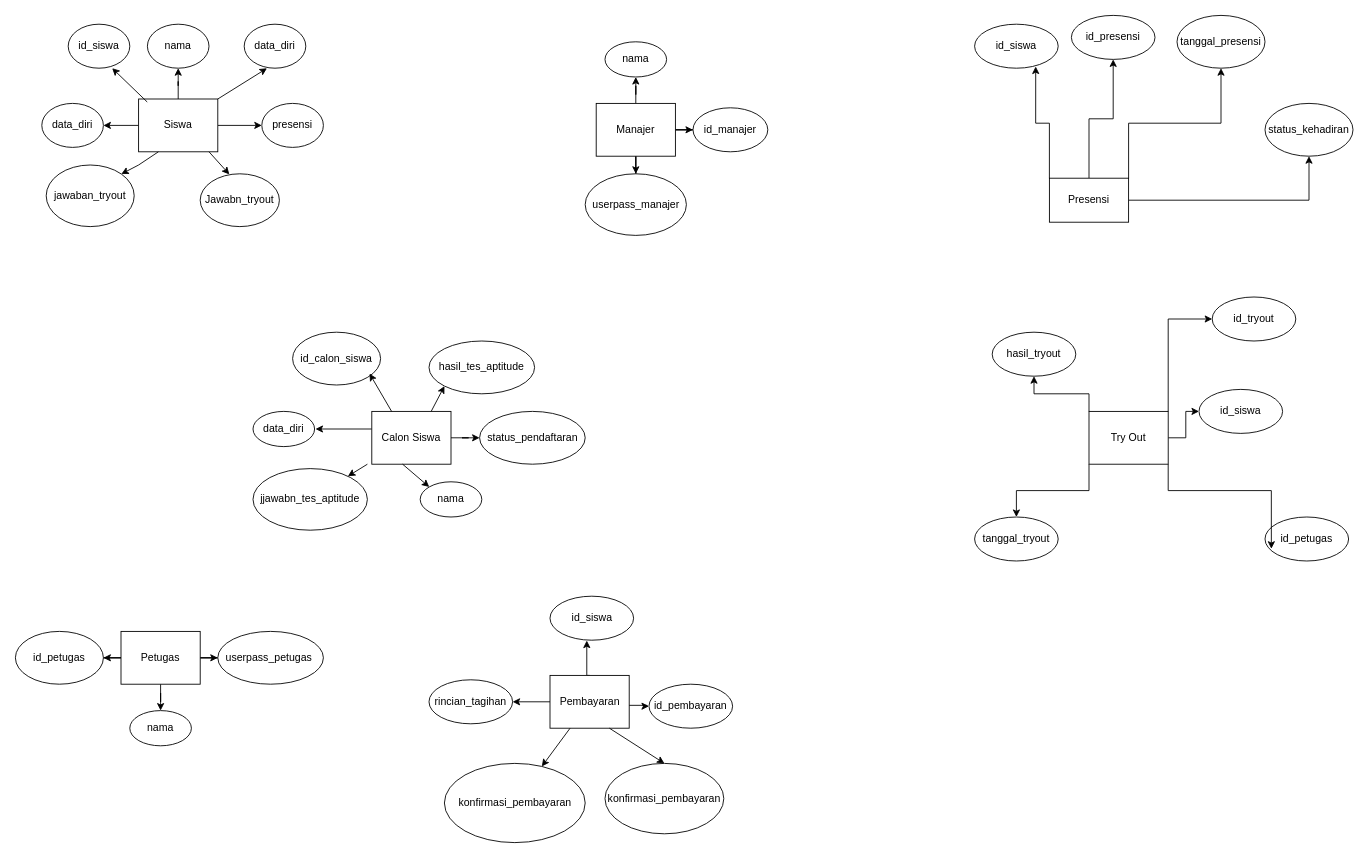
This is ERD.drawio from Fashich/APSI_Kelompok-1, a draw.io file, before an edit. Source tidied: cells renumbered, new cells numbered last; positions are measured from the earlier drawing's top-left corner, leaving out a move shared by most shapes. Both pictures are drawn from the tidied source at 88%, with x=0, y=0 at pixel (15, 15).
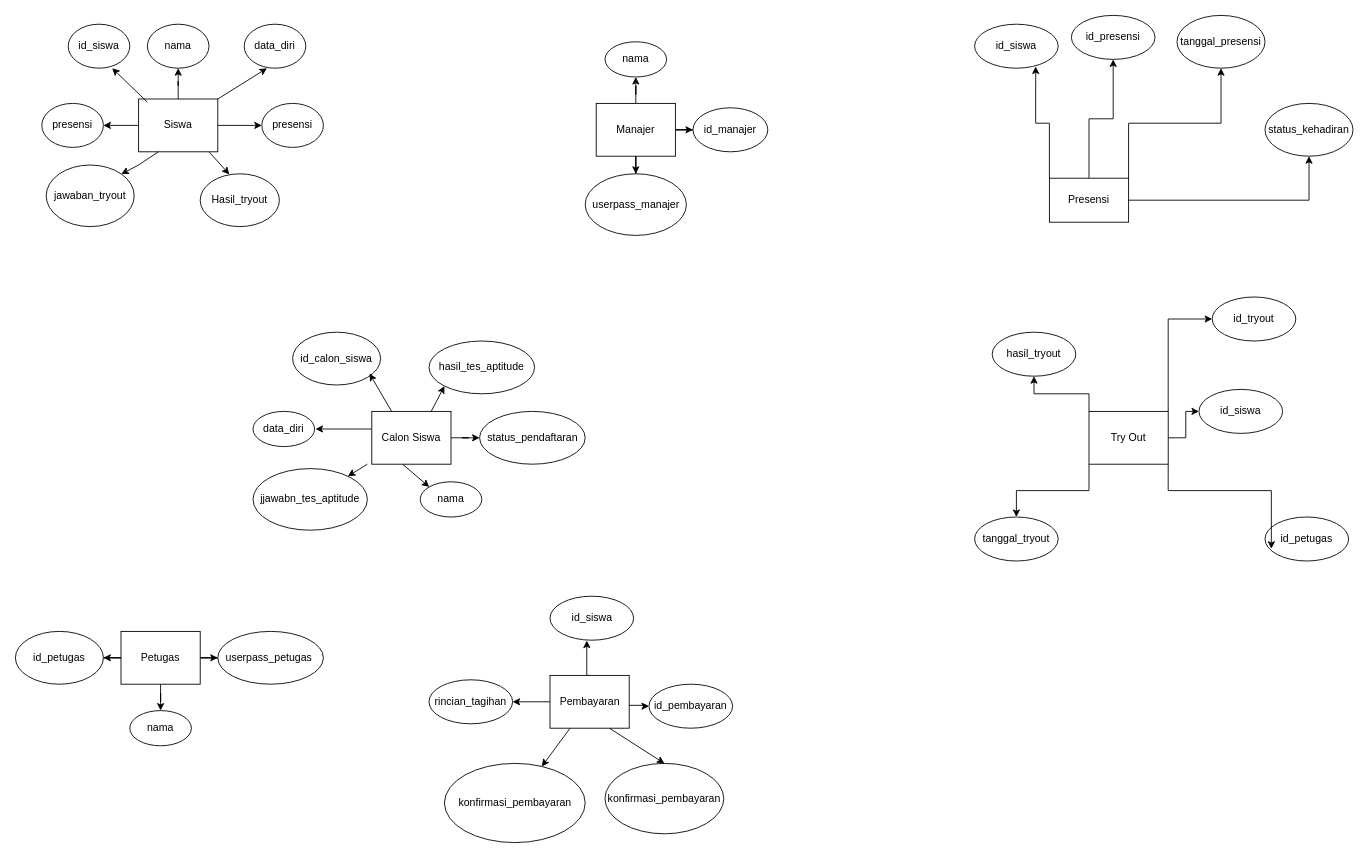
After the change.

The edit, as a diff of the source:
```diff
@@
-    <mxCell id="26" value="Jawabn_tryout" style="ellipse;whiteSpace=wrap;html=1;" parent="1" vertex="1">
+    <mxCell id="26" value="Hasil_tryout" style="ellipse;whiteSpace=wrap;html=1;" parent="1" vertex="1">
       <mxGeometry x="210" y="180" width="90" height="60" as="geometry" />
     </mxCell>
-    <mxCell id="27" value="data_diri" style="ellipse;whiteSpace=wrap;html=1;" parent="1" vertex="1">
+    <mxCell id="27" value="presensi" style="ellipse;whiteSpace=wrap;html=1;" parent="1" vertex="1">
       <mxGeometry x="30" y="100" width="70" height="50" as="geometry" />
     </mxCell>
```
